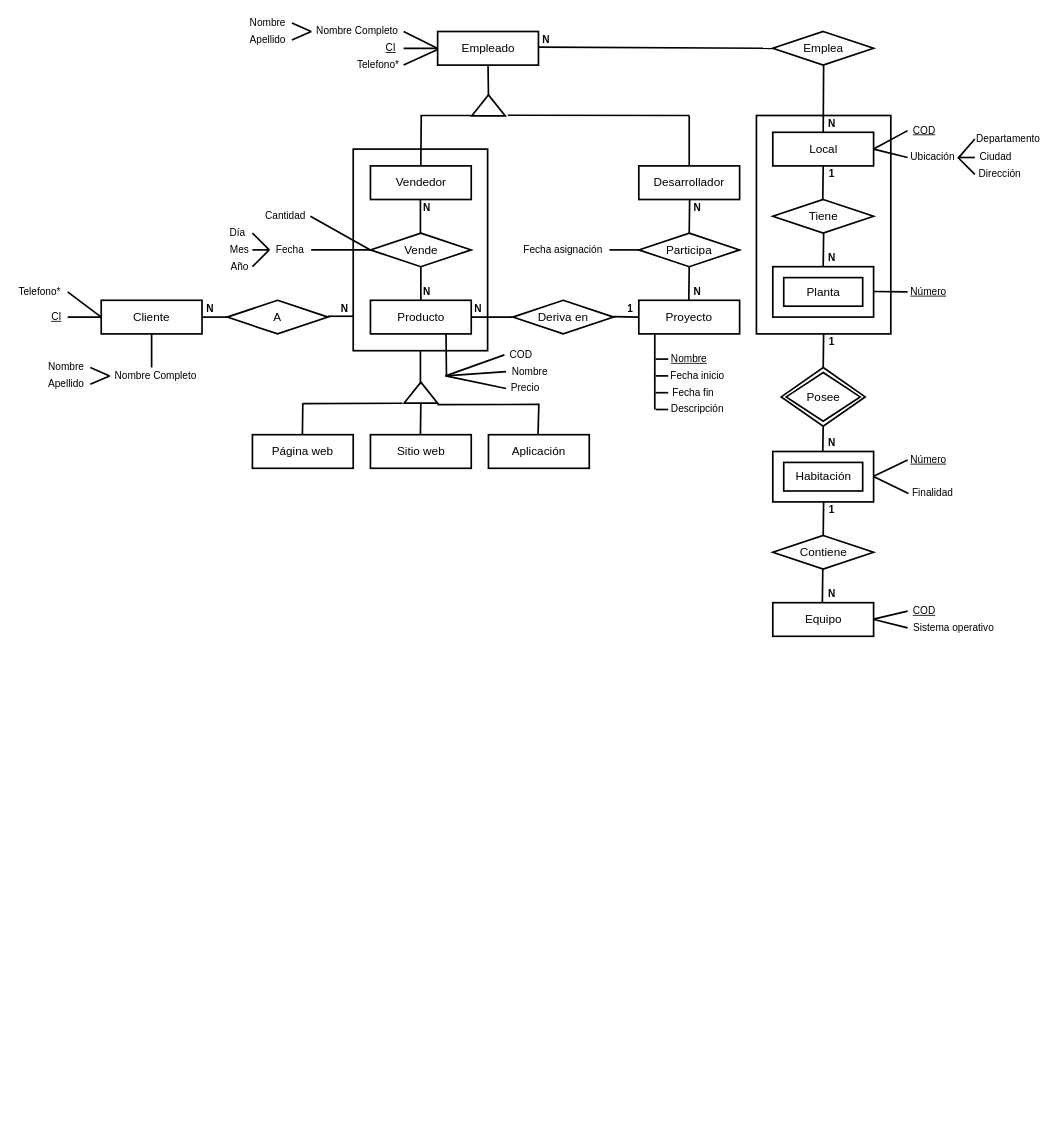
Earlier version of the draw.io diagram MER Con atributos.drawio (AMR-Dev/database). Source tidied: cells renumbered, new cells numbered last; positions are measured from the earlier drawing's top-left corner, leaving out a move shared by most shapes. Both pictures are drawn from the tidied source at 84%, with x=0, y=0 at pixel (14, 14).
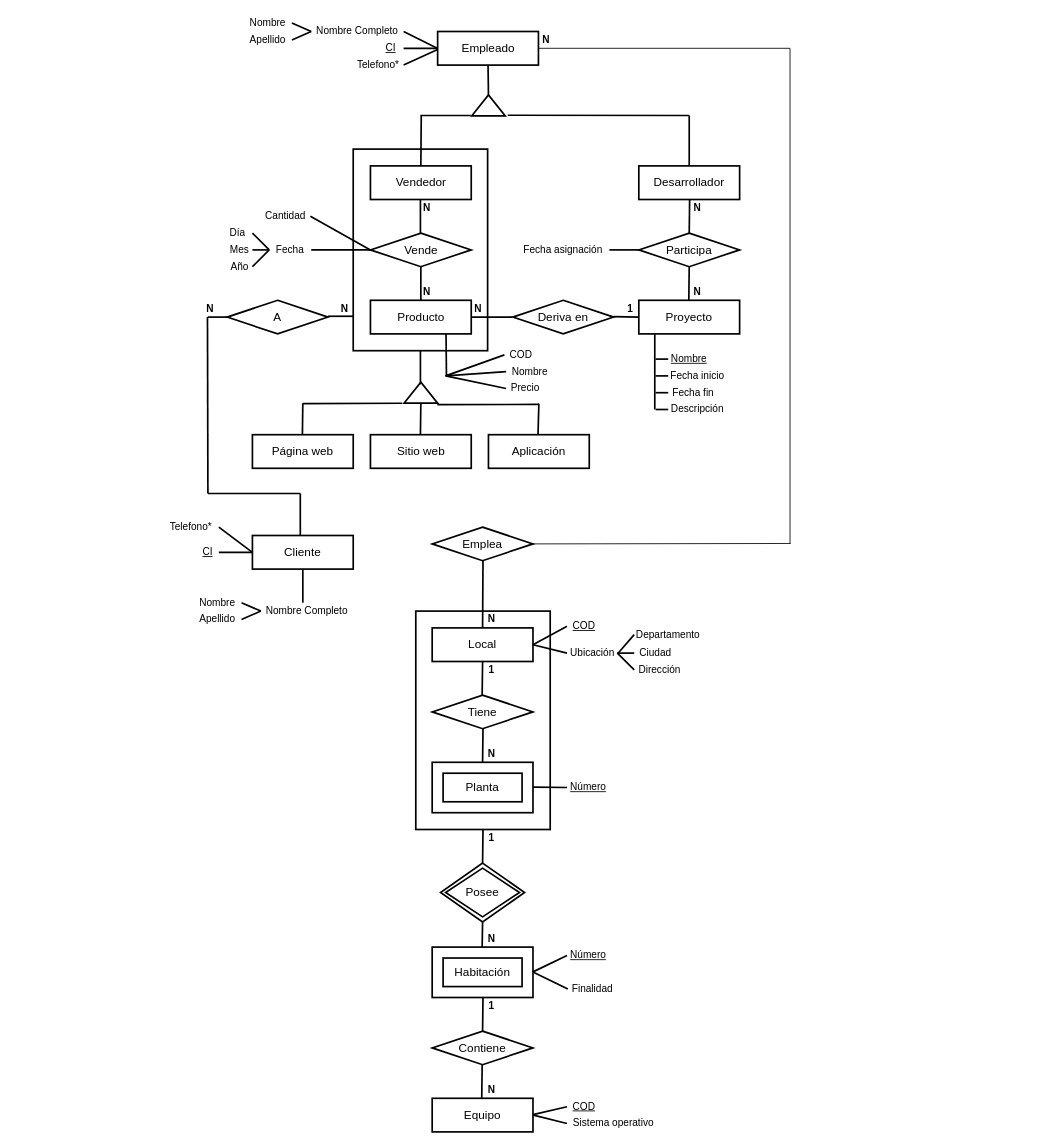
The same diagram, later.

The change refers to these unchanged cells:
```xml
<mxCell id="52" value="N" style="text;html=1;strokeColor=none;fillColor=none;align=center;verticalAlign=middle;whiteSpace=wrap;rounded=0;strokeWidth=1;fontStyle=1;" parent="1" vertex="1">
  <mxGeometry x="213" y="340" width="40" height="20" as="geometry" />
</mxCell>
```

What changed in the source:
```diff
@@
     <mxCell id="2" style="strokeWidth=2;whiteSpace=wrap;html=1;align=center;fontSize=14;" parent="1" vertex="1">
-      <mxGeometry x="883" y="120" width="160" height="260" as="geometry" />
+      <mxGeometry x="477.5" y="710" width="160" height="260" as="geometry" />
     </mxCell>
@@
     <mxCell id="5" value="Local" style="strokeWidth=2;whiteSpace=wrap;html=1;align=center;fontSize=14;" parent="1" vertex="1">
-      <mxGeometry x="902.5" y="140" width="120" height="40" as="geometry" />
+      <mxGeometry x="497" y="730" width="120" height="40" as="geometry" />
     </mxCell>
     <mxCell id="6" value="Tiene" style="shape=rhombus;strokeWidth=2;fontSize=17;perimeter=rhombusPerimeter;whiteSpace=wrap;html=1;align=center;fontSize=14;" parent="1" vertex="1">
-      <mxGeometry x="902.5" y="220" width="120" height="40" as="geometry" />
+      <mxGeometry x="497" y="810" width="120" height="40" as="geometry" />
     </mxCell>
     <mxCell id="7" value="Planta" style="shape=ext;strokeWidth=2;margin=10;double=1;whiteSpace=wrap;html=1;align=center;fontSize=14;" parent="1" vertex="1">
-      <mxGeometry x="902.5" y="300" width="120" height="60" as="geometry" />
+      <mxGeometry x="497" y="890" width="120" height="60" as="geometry" />
     </mxCell>
     <mxCell id="8" value="Posee" style="shape=rhombus;double=1;strokeWidth=2;fontSize=17;perimeter=rhombusPerimeter;whiteSpace=wrap;html=1;align=center;fontSize=14;" parent="1" vertex="1">
-      <mxGeometry x="912.5" y="420" width="100" height="70" as="geometry" />
+      <mxGeometry x="507" y="1010" width="100" height="70" as="geometry" />
     </mxCell>
     <mxCell id="9" value="Habitación" style="shape=ext;strokeWidth=2;margin=10;double=1;whiteSpace=wrap;html=1;align=center;fontSize=14;" parent="1" vertex="1">
-      <mxGeometry x="902.5" y="520" width="120" height="60" as="geometry" />
+      <mxGeometry x="497" y="1110" width="120" height="60" as="geometry" />
     </mxCell>
     <mxCell id="10" value="Contiene" style="shape=rhombus;strokeWidth=2;fontSize=17;perimeter=rhombusPerimeter;whiteSpace=wrap;html=1;align=center;fontSize=14;" parent="1" vertex="1">
-      <mxGeometry x="902.5" y="620" width="120" height="40" as="geometry" />
+      <mxGeometry x="497" y="1210" width="120" height="40" as="geometry" />
     </mxCell>
     <mxCell id="11" value="Equipo" style="strokeWidth=2;whiteSpace=wrap;html=1;align=center;fontSize=14;" parent="1" vertex="1">
-      <mxGeometry x="902.5" y="700" width="120" height="40" as="geometry" />
+      <mxGeometry x="497" y="1290" width="120" height="40" as="geometry" />
     </mxCell>
@@
     <mxCell id="27" value="Cliente" style="strokeWidth=2;whiteSpace=wrap;html=1;align=center;fontSize=14;" parent="1" vertex="1">
-      <mxGeometry x="103" y="340" width="120" height="40" as="geometry" />
+      <mxGeometry x="283" y="620" width="120" height="40" as="geometry" />
     </mxCell>
@@
     <mxCell id="30" value="Emplea" style="shape=rhombus;strokeWidth=2;fontSize=17;perimeter=rhombusPerimeter;whiteSpace=wrap;html=1;align=center;fontSize=14;" parent="1" vertex="1">
-      <mxGeometry x="902.5" y="20" width="120" height="40" as="geometry" />
+      <mxGeometry x="497" y="610" width="120" height="40" as="geometry" />
     </mxCell>
-    <mxCell id="31" style="endArrow=none;html=1;exitX=0.033;exitY=1.075;exitDx=0;exitDy=0;strokeWidth=2;exitPerimeter=0;entryX=0;entryY=0.5;entryDx=0;entryDy=0;" parent="1" edge="1" target="30">
-      <mxGeometry relative="1" as="geometry">
-        <mxPoint x="623.5" y="38.7" as="sourcePoint" />
-      </mxGeometry>
-    </mxCell>
     <mxCell id="32" style="endArrow=none;html=1;exitX=0.033;exitY=1.075;exitDx=0;exitDy=0;strokeWidth=2;exitPerimeter=0;entryX=0.5;entryY=0;entryDx=0;entryDy=0;" parent="1" edge="1" target="5">
       <mxGeometry relative="1" as="geometry">
-        <mxPoint x="963" y="60.2" as="sourcePoint" />
+        <mxPoint x="557.5" y="650.2" as="sourcePoint" />
       </mxGeometry>
     </mxCell>
     <mxCell id="33" style="endArrow=none;html=1;exitX=0.033;exitY=1.075;exitDx=0;exitDy=0;strokeWidth=2;exitPerimeter=0;" parent="1" edge="1">
       <mxGeometry relative="1" as="geometry">
-        <mxPoint x="962.5" y="180.2" as="sourcePoint" />
-        <mxPoint x="962" y="220" as="targetPoint" />
+        <mxPoint x="557" y="770.2" as="sourcePoint" />
+        <mxPoint x="556.5" y="810" as="targetPoint" />
       </mxGeometry>
     </mxCell>
     <mxCell id="34" style="endArrow=none;html=1;exitX=0.033;exitY=1.075;exitDx=0;exitDy=0;strokeWidth=2;exitPerimeter=0;" parent="1" edge="1">
       <mxGeometry relative="1" as="geometry">
-        <mxPoint x="963" y="260.2" as="sourcePoint" />
-        <mxPoint x="962.5" y="300" as="targetPoint" />
+        <mxPoint x="557.5" y="850.2" as="sourcePoint" />
+        <mxPoint x="557" y="890" as="targetPoint" />
       </mxGeometry>
     </mxCell>
@@
     <mxCell id="36" style="endArrow=none;html=1;exitX=0.5;exitY=1;exitDx=0;exitDy=0;strokeWidth=2;" parent="1" edge="1">
       <mxGeometry relative="1" as="geometry">
-        <mxPoint x="962.5" y="490" as="sourcePoint" />
-        <mxPoint x="962" y="520" as="targetPoint" />
+        <mxPoint x="557" y="1080" as="sourcePoint" />
+        <mxPoint x="556.5" y="1110" as="targetPoint" />
       </mxGeometry>
     </mxCell>
     <mxCell id="37" style="endArrow=none;html=1;exitX=0.5;exitY=1;exitDx=0;exitDy=0;strokeWidth=2;entryX=0.5;entryY=0;entryDx=0;entryDy=0;" parent="1" edge="1" target="10">
       <mxGeometry relative="1" as="geometry">
-        <mxPoint x="963" y="580" as="sourcePoint" />
+        <mxPoint x="557.5" y="1170" as="sourcePoint" />
       </mxGeometry>
     </mxCell>
     <mxCell id="38" style="endArrow=none;html=1;exitX=0.5;exitY=1;exitDx=0;exitDy=0;strokeWidth=2;entryX=0.5;entryY=0;entryDx=0;entryDy=0;" parent="1" edge="1">
       <mxGeometry relative="1" as="geometry">
-        <mxPoint x="962" y="660" as="sourcePoint" />
-        <mxPoint x="961.5" y="700" as="targetPoint" />
+        <mxPoint x="556.5" y="1250" as="sourcePoint" />
+        <mxPoint x="556" y="1290" as="targetPoint" />
       </mxGeometry>
     </mxCell>
@@
-    <mxCell id="51" style="endArrow=none;html=1;strokeWidth=2;" parent="1" edge="1">
+    <mxCell id="51" style="endArrow=none;html=1;strokeWidth=2;entryX=0.42;entryY=1;entryDx=0;entryDy=0;entryPerimeter=0;" parent="1" edge="1" target="52">
       <mxGeometry relative="1" as="geometry">
         <mxPoint x="253" y="360" as="sourcePoint" />
-        <mxPoint x="223" y="360" as="targetPoint" />
       </mxGeometry>
     </mxCell>
@@
     <mxCell id="62" value="N" style="text;html=1;strokeColor=none;fillColor=none;align=center;verticalAlign=middle;whiteSpace=wrap;rounded=0;strokeWidth=1;fontStyle=1;" parent="1" vertex="1">
-      <mxGeometry x="953" y="120" width="40" height="20" as="geometry" />
+      <mxGeometry x="547.5" y="710" width="40" height="20" as="geometry" />
     </mxCell>
     <mxCell id="63" value="N" style="text;html=1;strokeColor=none;fillColor=none;align=center;verticalAlign=middle;whiteSpace=wrap;rounded=0;strokeWidth=1;fontStyle=1;" parent="1" vertex="1">
-      <mxGeometry x="953" y="280" width="40" height="20" as="geometry" />
+      <mxGeometry x="547.5" y="870" width="40" height="20" as="geometry" />
     </mxCell>
     <mxCell id="64" value="N" style="text;html=1;strokeColor=none;fillColor=none;align=center;verticalAlign=middle;whiteSpace=wrap;rounded=0;strokeWidth=1;fontStyle=1;" parent="1" vertex="1">
-      <mxGeometry x="953" y="500" width="40" height="20" as="geometry" />
+      <mxGeometry x="547.5" y="1090" width="40" height="20" as="geometry" />
     </mxCell>
     <mxCell id="65" value="N" style="text;html=1;strokeColor=none;fillColor=none;align=center;verticalAlign=middle;whiteSpace=wrap;rounded=0;strokeWidth=1;fontStyle=1;" parent="1" vertex="1">
-      <mxGeometry x="953" y="680" width="40" height="20" as="geometry" />
+      <mxGeometry x="547.5" y="1270" width="40" height="20" as="geometry" />
     </mxCell>
@@
     <mxCell id="67" value="1" style="text;html=1;strokeColor=none;fillColor=none;align=center;verticalAlign=middle;whiteSpace=wrap;rounded=0;strokeWidth=1;fontStyle=1;" parent="1" vertex="1">
-      <mxGeometry x="953" y="380" width="40" height="20" as="geometry" />
+      <mxGeometry x="547.5" y="970" width="40" height="20" as="geometry" />
     </mxCell>
     <mxCell id="68" value="1" style="text;html=1;strokeColor=none;fillColor=none;align=center;verticalAlign=middle;whiteSpace=wrap;rounded=0;strokeWidth=1;fontStyle=1;" parent="1" vertex="1">
-      <mxGeometry x="953" y="580" width="40" height="20" as="geometry" />
+      <mxGeometry x="547.5" y="1170" width="40" height="20" as="geometry" />
     </mxCell>
     <mxCell id="69" value="1" style="text;html=1;strokeColor=none;fillColor=none;align=center;verticalAlign=middle;whiteSpace=wrap;rounded=0;strokeWidth=1;fontStyle=1;" parent="1" vertex="1">
-      <mxGeometry x="953" y="180" width="40" height="20" as="geometry" />
+      <mxGeometry x="547.5" y="770" width="40" height="20" as="geometry" />
     </mxCell>
@@
     <mxCell id="92" value="Nombre Completo" style="text;html=1;strokeColor=none;fillColor=none;align=center;verticalAlign=middle;whiteSpace=wrap;rounded=0;" parent="1" vertex="1">
-      <mxGeometry x="113" y="420" width="110" height="20" as="geometry" />
+      <mxGeometry x="293" y="700" width="110" height="20" as="geometry" />
     </mxCell>
     <mxCell id="93" value="CI" style="text;html=1;strokeColor=none;fillColor=none;align=center;verticalAlign=middle;whiteSpace=wrap;rounded=0;fontStyle=4;" parent="1" vertex="1">
-      <mxGeometry x="40" y="350" width="20" height="20" as="geometry" />
+      <mxGeometry x="220" y="630" width="20" height="20" as="geometry" />
     </mxCell>
     <mxCell id="94" value="Telefono*" style="text;html=1;strokeColor=none;fillColor=none;align=center;verticalAlign=middle;whiteSpace=wrap;rounded=0;" parent="1" vertex="1">
-      <mxGeometry y="320" width="60" height="20" as="geometry" />
+      <mxGeometry x="180" y="600" width="60" height="20" as="geometry" />
     </mxCell>
     <mxCell id="95" value="Nombre" style="text;html=1;strokeColor=none;fillColor=none;align=center;verticalAlign=middle;whiteSpace=wrap;rounded=0;" parent="1" vertex="1">
-      <mxGeometry x="33" y="410" width="57" height="20" as="geometry" />
+      <mxGeometry x="213" y="690" width="57" height="20" as="geometry" />
     </mxCell>
     <mxCell id="96" value="Apellido" style="text;html=1;strokeColor=none;fillColor=none;align=center;verticalAlign=middle;whiteSpace=wrap;rounded=0;" parent="1" vertex="1">
-      <mxGeometry x="33" y="430" width="57" height="20" as="geometry" />
+      <mxGeometry x="213" y="710" width="57" height="20" as="geometry" />
     </mxCell>
     <mxCell id="97" style="endArrow=none;html=1;exitX=1;exitY=0.5;exitDx=0;exitDy=0;strokeWidth=2;entryX=0;entryY=0.5;entryDx=0;entryDy=0;" parent="1" edge="1" target="92">
       <mxGeometry relative="1" as="geometry">
-        <mxPoint x="90" y="420" as="sourcePoint" />
+        <mxPoint x="270" y="700" as="sourcePoint" />
       </mxGeometry>
     </mxCell>
@@
     <mxCell id="99" style="endArrow=none;html=1;strokeWidth=2;entryX=0;entryY=0.5;entryDx=0;entryDy=0;" parent="1" edge="1">
       <mxGeometry relative="1" as="geometry">
-        <mxPoint x="163" y="420" as="sourcePoint" />
-        <mxPoint x="163" y="380" as="targetPoint" />
+        <mxPoint x="343" y="700" as="sourcePoint" />
+        <mxPoint x="343" y="660" as="targetPoint" />
       </mxGeometry>
     </mxCell>
     <mxCell id="100" style="endArrow=none;html=1;strokeWidth=2;" parent="1" edge="1">
       <mxGeometry relative="1" as="geometry">
-        <mxPoint x="103" y="360" as="sourcePoint" />
-        <mxPoint x="63" y="330" as="targetPoint" />
+        <mxPoint x="283" y="640" as="sourcePoint" />
+        <mxPoint x="243" y="610" as="targetPoint" />
       </mxGeometry>
     </mxCell>
     <mxCell id="101" style="endArrow=none;html=1;strokeWidth=2;" parent="1" edge="1">
       <mxGeometry relative="1" as="geometry">
-        <mxPoint x="103" y="360" as="sourcePoint" />
-        <mxPoint x="63" y="360" as="targetPoint" />
+        <mxPoint x="283" y="640" as="sourcePoint" />
+        <mxPoint x="243" y="640" as="targetPoint" />
       </mxGeometry>
     </mxCell>
@@
     <mxCell id="111" style="endArrow=none;html=1;strokeWidth=2;" parent="1" edge="1">
       <mxGeometry relative="1" as="geometry">
-        <mxPoint x="1063" y="330" as="sourcePoint" />
-        <mxPoint x="1022.5" y="329.5" as="targetPoint" />
+        <mxPoint x="657.5" y="920" as="sourcePoint" />
+        <mxPoint x="617" y="919.5" as="targetPoint" />
       </mxGeometry>
     </mxCell>
     <mxCell id="112" value="Número" style="text;html=1;strokeColor=none;fillColor=none;align=center;verticalAlign=middle;whiteSpace=wrap;rounded=0;fontStyle=4;" parent="1" vertex="1">
-      <mxGeometry x="1063" y="320" width="50" height="20" as="geometry" />
+      <mxGeometry x="657.5" y="910" width="50" height="20" as="geometry" />
     </mxCell>
     <mxCell id="113" value="COD" style="text;html=1;strokeColor=none;fillColor=none;align=center;verticalAlign=middle;whiteSpace=wrap;rounded=0;fontStyle=4;" parent="1" vertex="1">
-      <mxGeometry x="1063" y="128" width="40" height="20" as="geometry" />
+      <mxGeometry x="657.5" y="718" width="40" height="20" as="geometry" />
     </mxCell>
     <mxCell id="114" value="Ubicación" style="text;html=1;strokeColor=none;fillColor=none;align=center;verticalAlign=middle;whiteSpace=wrap;rounded=0;" parent="1" vertex="1">
-      <mxGeometry x="1063" y="160" width="60" height="20" as="geometry" />
+      <mxGeometry x="657.5" y="750" width="60" height="20" as="geometry" />
     </mxCell>
     <mxCell id="115" value="Departamento" style="text;html=1;strokeColor=none;fillColor=none;align=center;verticalAlign=middle;whiteSpace=wrap;rounded=0;" parent="1" vertex="1">
-      <mxGeometry x="1143" y="138" width="80" height="20" as="geometry" />
+      <mxGeometry x="737.5" y="728" width="80" height="20" as="geometry" />
     </mxCell>
     <mxCell id="116" value="Ciudad" style="text;html=1;strokeColor=none;fillColor=none;align=center;verticalAlign=middle;whiteSpace=wrap;rounded=0;" parent="1" vertex="1">
-      <mxGeometry x="1143" y="160" width="50" height="20" as="geometry" />
+      <mxGeometry x="737.5" y="750" width="50" height="20" as="geometry" />
     </mxCell>
     <mxCell id="117" value="Dirección" style="text;html=1;strokeColor=none;fillColor=none;align=center;verticalAlign=middle;whiteSpace=wrap;rounded=0;" parent="1" vertex="1">
-      <mxGeometry x="1143" y="180" width="60" height="20" as="geometry" />
+      <mxGeometry x="737.5" y="770" width="60" height="20" as="geometry" />
     </mxCell>
@@
     <mxCell id="120" style="endArrow=none;html=1;exitX=1;exitY=0.5;exitDx=0;exitDy=0;strokeWidth=2;entryX=0;entryY=0.5;entryDx=0;entryDy=0;" parent="1" edge="1" target="115">
       <mxGeometry relative="1" as="geometry">
-        <mxPoint x="1123" y="171" as="sourcePoint" />
+        <mxPoint x="717.5" y="761" as="sourcePoint" />
       </mxGeometry>
     </mxCell>
@@
     <mxCell id="123" style="endArrow=none;html=1;strokeWidth=2;" parent="1" edge="1">
       <mxGeometry relative="1" as="geometry">
-        <mxPoint x="1063" y="530" as="sourcePoint" />
-        <mxPoint x="1022.5" y="549.5" as="targetPoint" />
+        <mxPoint x="657.5" y="1120" as="sourcePoint" />
+        <mxPoint x="617" y="1139.5" as="targetPoint" />
       </mxGeometry>
     </mxCell>
     <mxCell id="124" style="endArrow=none;html=1;strokeWidth=2;" parent="1" edge="1">
       <mxGeometry relative="1" as="geometry">
-        <mxPoint x="1064" y="570" as="sourcePoint" />
-        <mxPoint x="1023" y="550" as="targetPoint" />
+        <mxPoint x="658.5" y="1160" as="sourcePoint" />
+        <mxPoint x="617.5" y="1140" as="targetPoint" />
       </mxGeometry>
     </mxCell>
     <mxCell id="125" value="Número" style="text;html=1;strokeColor=none;fillColor=none;align=center;verticalAlign=middle;whiteSpace=wrap;rounded=0;fontStyle=4;" parent="1" vertex="1">
-      <mxGeometry x="1063" y="520" width="50" height="20" as="geometry" />
+      <mxGeometry x="657.5" y="1110" width="50" height="20" as="geometry" />
     </mxCell>
     <mxCell id="126" value="Finalidad" style="text;html=1;strokeColor=none;fillColor=none;align=center;verticalAlign=middle;whiteSpace=wrap;rounded=0;" parent="1" vertex="1">
-      <mxGeometry x="1063" y="560" width="60" height="20" as="geometry" />
+      <mxGeometry x="657.5" y="1150" width="60" height="20" as="geometry" />
     </mxCell>
     <mxCell id="127" value="COD" style="text;html=1;strokeColor=none;fillColor=none;align=center;verticalAlign=middle;whiteSpace=wrap;rounded=0;fontStyle=4;" parent="1" vertex="1">
-      <mxGeometry x="1063" y="700" width="40" height="20" as="geometry" />
+      <mxGeometry x="657.5" y="1290" width="40" height="20" as="geometry" />
     </mxCell>
     <mxCell id="128" value="Sistema operativo" style="text;html=1;strokeColor=none;fillColor=none;align=center;verticalAlign=middle;whiteSpace=wrap;rounded=0;" parent="1" vertex="1">
-      <mxGeometry x="1063" y="720" width="110" height="20" as="geometry" />
+      <mxGeometry x="657.5" y="1310" width="110" height="20" as="geometry" />
     </mxCell>
     <mxCell id="129" style="endArrow=none;html=1;strokeWidth=2;exitX=0;exitY=0.5;exitDx=0;exitDy=0;" parent="1" edge="1" source="127">
       <mxGeometry relative="1" as="geometry">
-        <mxPoint x="1022.5" y="719.5" as="targetPoint" />
+        <mxPoint x="617" y="1309.5" as="targetPoint" />
       </mxGeometry>
     </mxCell>
     <mxCell id="130" style="endArrow=none;html=1;strokeWidth=2;exitX=0;exitY=0.5;exitDx=0;exitDy=0;" parent="1" edge="1" source="128">
       <mxGeometry relative="1" as="geometry">
-        <mxPoint x="1023" y="720" as="targetPoint" />
+        <mxPoint x="617.5" y="1310" as="targetPoint" />
       </mxGeometry>
     </mxCell>
@@
+    <mxCell id="138" style="endArrow=none;html=1;" parent="1" edge="1">
+      <mxGeometry relative="1" as="geometry">
+        <mxPoint x="624" y="40" as="sourcePoint" />
+        <mxPoint x="923" y="40" as="targetPoint" />
+      </mxGeometry>
+    </mxCell>
+    <mxCell id="139" style="endArrow=none;html=1;" parent="1" edge="1">
+      <mxGeometry relative="1" as="geometry">
+        <mxPoint x="923" y="630" as="sourcePoint" />
+        <mxPoint x="923" y="40" as="targetPoint" />
+      </mxGeometry>
+    </mxCell>
+    <mxCell id="140" style="endArrow=none;html=1;exitX=1;exitY=0.5;exitDx=0;exitDy=0;" parent="1" edge="1" source="30">
+      <mxGeometry relative="1" as="geometry">
+        <mxPoint x="923.5" y="629.5" as="targetPoint" />
+      </mxGeometry>
+    </mxCell>
+    <mxCell id="141" style="endArrow=none;html=1;strokeWidth=2;" parent="1" edge="1">
+      <mxGeometry relative="1" as="geometry">
+        <mxPoint x="230" y="570" as="sourcePoint" />
+        <mxPoint x="229.5" y="360" as="targetPoint" />
+      </mxGeometry>
+    </mxCell>
+    <mxCell id="142" style="endArrow=none;html=1;strokeWidth=2;" parent="1" edge="1">
+      <mxGeometry relative="1" as="geometry">
+        <mxPoint x="340" y="570" as="sourcePoint" />
+        <mxPoint x="230" y="570" as="targetPoint" />
+      </mxGeometry>
+    </mxCell>
+    <mxCell id="143" style="endArrow=none;html=1;strokeWidth=2;" parent="1" edge="1">
+      <mxGeometry relative="1" as="geometry">
+        <mxPoint x="340" y="620" as="sourcePoint" />
+        <mxPoint x="340" y="570" as="targetPoint" />
+      </mxGeometry>
+    </mxCell>
```
